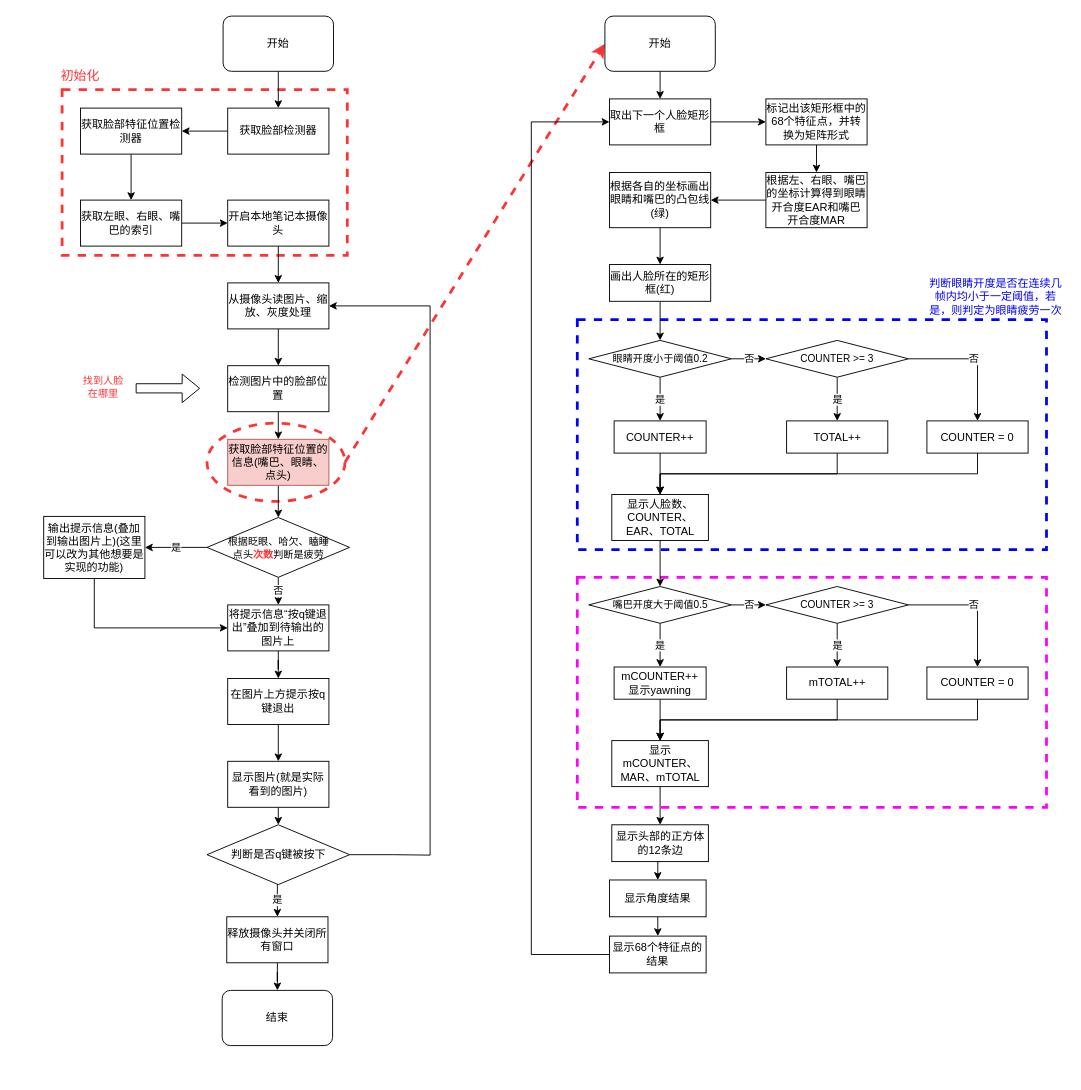
Earlier version of the draw.io diagram Untitled Diagram 2.drawio (18young/18young.github.io). Source tidied: cells renumbered, new cells numbered last; positions are measured from the earlier drawing's top-left corner, leaving out a move shared by most shapes. Both pictures are drawn from the tidied source at 92%, with x=0, y=0 at pixel (43, 16).
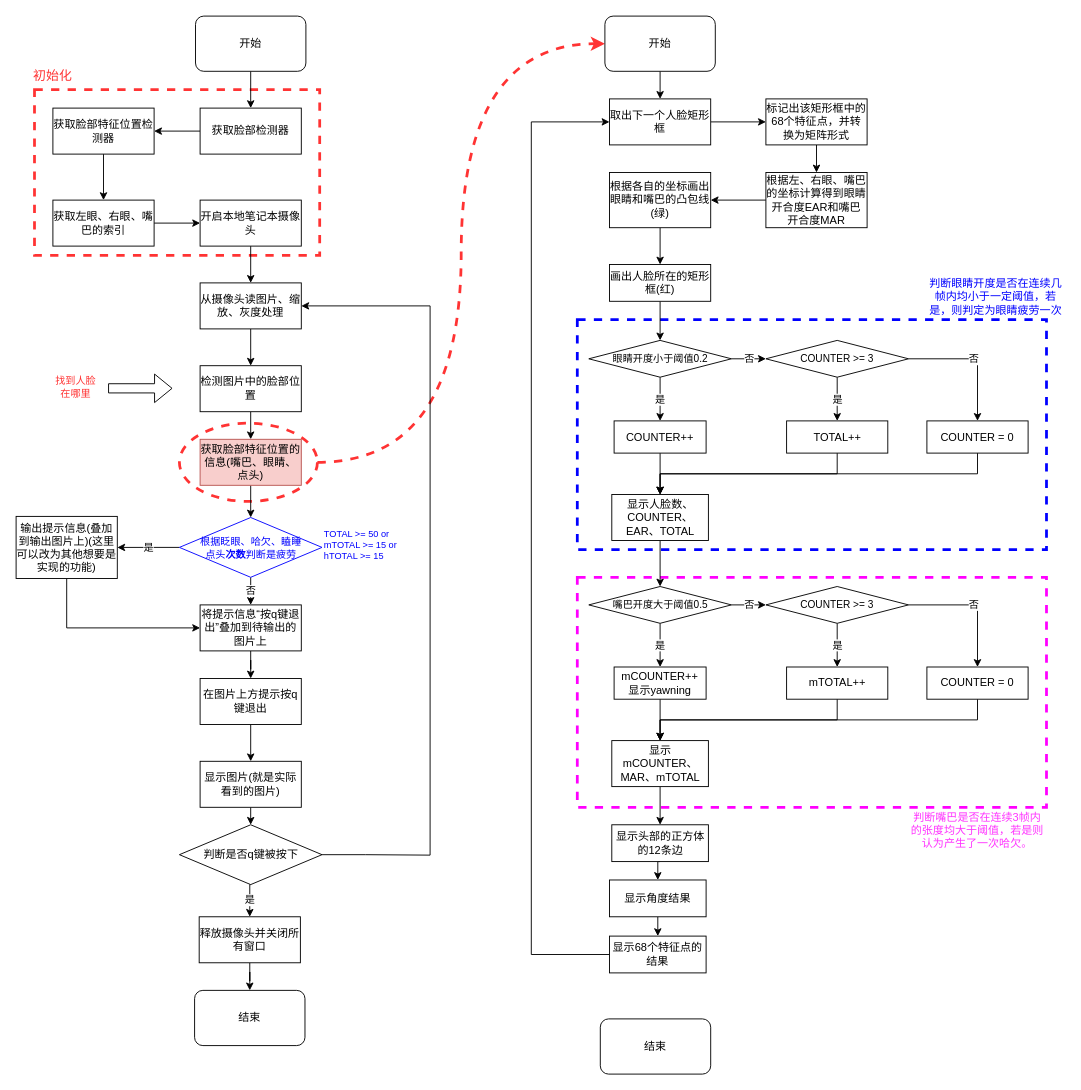
After the change.

The change refers to these unchanged cells:
```xml
<mxCell id="37" value="开始" style="rounded=1;whiteSpace=wrap;html=1;" parent="1" vertex="1">
  <mxGeometry x="610" width="120" height="60" as="geometry" />
</mxCell>
```

Diff of the diagram source:
```diff
@@
     <mxCell id="4" style="rounded=0;whiteSpace=wrap;html=1;dashed=1;fontSize=11;strokeColor=#FF3333;strokeWidth=3;fillColor=none;" parent="1" vertex="1">
-      <mxGeometry x="20" y="80" width="310" height="180" as="geometry" />
+      <mxGeometry x="-10" y="80" width="310" height="180" as="geometry" />
     </mxCell>
     <mxCell id="5" style="ellipse;whiteSpace=wrap;html=1;fontSize=11;dashed=1;strokeColor=#FF3333;fillColor=none;strokeWidth=3;" parent="1" vertex="1">
-      <mxGeometry x="177.5" y="442.5" width="150" height="85" as="geometry" />
+      <mxGeometry x="147.5" y="442.5" width="150" height="85" as="geometry" />
     </mxCell>
@@
     <mxCell id="7" value="获取脸部检测器" style="rounded=0;whiteSpace=wrap;html=1;" parent="1" vertex="1">
-      <mxGeometry x="200" y="100" width="110" height="50" as="geometry" />
+      <mxGeometry x="170" y="100" width="110" height="50" as="geometry" />
     </mxCell>
@@
     <mxCell id="9" value="获取脸部特征位置检测器" style="rounded=0;whiteSpace=wrap;html=1;" parent="1" vertex="1">
-      <mxGeometry x="40" y="100" width="110" height="50" as="geometry" />
+      <mxGeometry x="10" y="100" width="110" height="50" as="geometry" />
     </mxCell>
@@
     <mxCell id="11" value="获取左眼、右眼、嘴巴的索引" style="rounded=0;whiteSpace=wrap;html=1;" parent="1" vertex="1">
-      <mxGeometry x="40" y="200" width="110" height="50" as="geometry" />
+      <mxGeometry x="10" y="200" width="110" height="50" as="geometry" />
     </mxCell>
@@
     <mxCell id="13" value="开启本地笔记本摄像头" style="rounded=0;whiteSpace=wrap;html=1;" parent="1" vertex="1">
-      <mxGeometry x="200" y="200" width="110" height="50" as="geometry" />
+      <mxGeometry x="170" y="200" width="110" height="50" as="geometry" />
     </mxCell>
@@
     <mxCell id="15" value="&lt;div&gt;从摄像头读图片、缩放、灰度处理&lt;/div&gt;" style="rounded=0;whiteSpace=wrap;html=1;" parent="1" vertex="1">
-      <mxGeometry x="200" y="290" width="110" height="50" as="geometry" />
+      <mxGeometry x="170" y="290" width="110" height="50" as="geometry" />
     </mxCell>
@@
     <mxCell id="17" value="检测图片中的脸部位置" style="rounded=0;whiteSpace=wrap;html=1;" parent="1" vertex="1">
-      <mxGeometry x="200" y="380" width="110" height="50" as="geometry" />
+      <mxGeometry x="170" y="380" width="110" height="50" as="geometry" />
     </mxCell>
@@
     <mxCell id="19" value="获取脸部特征位置的信息(嘴巴、眼睛、点头)" style="rounded=0;whiteSpace=wrap;html=1;fillColor=#f8cecc;strokeColor=#b85450;" parent="1" vertex="1">
-      <mxGeometry x="200" y="460" width="110" height="50" as="geometry" />
+      <mxGeometry x="170" y="460" width="110" height="50" as="geometry" />
     </mxCell>
@@
-    <mxCell id="22" value="&lt;div&gt;根据眨眼、哈欠、瞌睡&lt;/div&gt;&lt;div&gt;点头&lt;font color=&quot;#FF3333&quot;&gt;&lt;b&gt;次数&lt;/b&gt;&lt;/font&gt;判断是疲劳&lt;/div&gt;" style="rhombus;whiteSpace=wrap;html=1;fontSize=11;" parent="1" vertex="1">
-      <mxGeometry x="177.5" y="545" width="155" height="65" as="geometry" />
+    <mxCell id="22" value="&lt;div&gt;根据眨眼、哈欠、瞌睡&lt;/div&gt;&lt;div&gt;点头&lt;font&gt;&lt;b&gt;次数&lt;/b&gt;&lt;/font&gt;判断是疲劳&lt;/div&gt;" style="rhombus;whiteSpace=wrap;html=1;fontSize=11;fontColor=#0000FF;strokeColor=#0000FF;" parent="1" vertex="1">
+      <mxGeometry x="147.5" y="545" width="155" height="65" as="geometry" />
     </mxCell>
@@
     <mxCell id="24" value="输出提示信息(叠加到输出图片上)(这里可以改为其他想要是实现的功能)" style="rounded=0;whiteSpace=wrap;html=1;" parent="1" vertex="1">
-      <mxGeometry y="543.8" width="110" height="67.5" as="geometry" />
+      <mxGeometry x="-30" y="543.8" width="110" height="67.5" as="geometry" />
     </mxCell>
@@
     <mxCell id="26" value="将提示信息“按q键退出”叠加到待输出的图片上" style="rounded=0;whiteSpace=wrap;html=1;" parent="1" vertex="1">
-      <mxGeometry x="200" y="640" width="110" height="50" as="geometry" />
+      <mxGeometry x="170" y="640" width="110" height="50" as="geometry" />
     </mxCell>
@@
     <mxCell id="28" value="在图片上方提示按q键退出" style="rounded=0;whiteSpace=wrap;html=1;" parent="1" vertex="1">
-      <mxGeometry x="200" y="720" width="110" height="50" as="geometry" />
+      <mxGeometry x="170" y="720" width="110" height="50" as="geometry" />
     </mxCell>
@@
     <mxCell id="30" value="显示图片(就是实际看到的图片)" style="rounded=0;whiteSpace=wrap;html=1;" parent="1" vertex="1">
-      <mxGeometry x="200" y="810" width="110" height="50" as="geometry" />
+      <mxGeometry x="170" y="810" width="110" height="50" as="geometry" />
     </mxCell>
@@
     <mxCell id="32" value="判断是否q键被按下" style="rhombus;whiteSpace=wrap;html=1;" parent="1" vertex="1">
-      <mxGeometry x="177.5" y="879" width="155" height="65" as="geometry" />
+      <mxGeometry x="147.5" y="879" width="155" height="65" as="geometry" />
     </mxCell>
@@
     <mxCell id="34" value="开始" style="rounded=1;whiteSpace=wrap;html=1;" parent="1" vertex="1">
-      <mxGeometry x="195" width="120" height="60" as="geometry" />
+      <mxGeometry x="165" width="120" height="60" as="geometry" />
     </mxCell>
-    <mxCell id="35" style="endArrow=classic;html=1;fontSize=11;exitX=1;exitY=0.5;exitDx=0;exitDy=0;strokeColor=#FF3333;dashed=1;strokeWidth=3;entryX=0;entryY=0.5;entryDx=0;entryDy=0;" parent="1" edge="1" source="5" target="37">
+    <mxCell id="35" style="endArrow=classic;html=1;fontSize=11;exitX=1;exitY=0.5;exitDx=0;exitDy=0;strokeColor=#FF3333;dashed=1;strokeWidth=3;entryX=0;entryY=0.5;entryDx=0;entryDy=0;edgeStyle=orthogonalEdgeStyle;curved=1;" parent="1" edge="1" source="5" target="37">
       <mxGeometry relative="1" as="geometry" />
     </mxCell>
@@
     <mxCell id="38" style="edgeStyle=orthogonalEdgeStyle;rounded=0;jettySize=auto;html=1;exitX=1;exitY=0.5;exitDx=0;exitDy=0;entryX=1;entryY=0.5;entryDx=0;entryDy=0;fontSize=11;" parent="1" edge="1" source="32" target="15">
       <mxGeometry relative="1" as="geometry">
         <Array as="points">
-          <mxPoint x="380" y="912" />
+          <mxPoint x="350" y="911" />
           <mxPoint x="420" y="912" />
           <mxPoint x="420" y="315" />
         </Array>
       </mxGeometry>
     </mxCell>
     <mxCell id="39" value="结束" style="rounded=1;whiteSpace=wrap;html=1;" parent="1" vertex="1">
-      <mxGeometry x="194" y="1059" width="120" height="60" as="geometry" />
+      <mxGeometry x="164" y="1059" width="120" height="60" as="geometry" />
     </mxCell>
@@
     <mxCell id="41" value="&lt;div&gt;释放摄像头并关闭所有窗口&lt;/div&gt;" style="rounded=0;whiteSpace=wrap;html=1;" parent="1" vertex="1">
-      <mxGeometry x="199" y="979" width="110" height="50" as="geometry" />
+      <mxGeometry x="169" y="979" width="110" height="50" as="geometry" />
     </mxCell>
     <mxCell id="42" value="&lt;font style=&quot;font-size: 14px&quot;&gt;初始化&lt;br&gt;&lt;/font&gt;" style="text;html=1;strokeColor=none;fillColor=none;align=center;verticalAlign=middle;whiteSpace=wrap;rounded=0;dashed=1;fontSize=11;fontColor=#FF3333;" parent="1" vertex="1">
-      <mxGeometry y="50" width="80" height="30" as="geometry" />
+      <mxGeometry x="-30" y="50" width="80" height="30" as="geometry" />
     </mxCell>
     <mxCell id="43" style="shape=flexArrow;endArrow=classic;html=1;fontSize=11;fontColor=#FF3333;strokeColor=#000000;strokeWidth=1;" parent="1" edge="1">
       <mxGeometry relative="1" as="geometry">
-        <mxPoint x="100" y="404.6" as="sourcePoint" />
-        <mxPoint x="170" y="404.6" as="targetPoint" />
+        <mxPoint x="70" y="404.6" as="sourcePoint" />
+        <mxPoint x="140" y="404.6" as="targetPoint" />
       </mxGeometry>
     </mxCell>
     <mxCell id="44" value="找到人脸在哪里" style="text;html=1;strokeColor=none;fillColor=none;align=center;verticalAlign=middle;whiteSpace=wrap;rounded=0;dashed=1;fontSize=11;fontColor=#FF3333;" parent="1" vertex="1">
-      <mxGeometry x="40" y="380" width="50" height="45" as="geometry" />
+      <mxGeometry x="10" y="380" width="50" height="45" as="geometry" />
     </mxCell>
@@
+    <mxCell id="90" value="结束" style="rounded=1;whiteSpace=wrap;html=1;" parent="1" vertex="1">
+      <mxGeometry x="605" y="1090" width="120" height="60" as="geometry" />
+    </mxCell>
+    <mxCell id="91" value="&lt;div style=&quot;font-size: 10px;&quot;&gt;TOTAL &amp;gt;= 50 or &lt;br style=&quot;font-size: 10px;&quot;&gt;&lt;/div&gt;&lt;div style=&quot;font-size: 10px;&quot;&gt;mTOTAL &amp;gt;= 15 or &lt;br style=&quot;font-size: 10px;&quot;&gt;&lt;/div&gt;&lt;div style=&quot;font-size: 10px;&quot;&gt;hTOTAL &amp;gt;= 15&lt;/div&gt;" style="text;whiteSpace=wrap;html=1;fontSize=10;fontColor=#0000FF;" parent="1" vertex="1">
+      <mxGeometry x="302.5" y="551.2" width="120" height="60" as="geometry" />
+    </mxCell>
+    <mxCell id="92" value="判断嘴巴是否在连续3帧内的张度均大于阈值，若是则认为产生了一次哈欠。" style="text;html=1;strokeColor=none;fillColor=none;align=center;verticalAlign=middle;whiteSpace=wrap;rounded=0;dashed=1;fontSize=12;fontColor=#FF33FF;" parent="1" vertex="1">
+      <mxGeometry x="940" y="860" width="150" height="50" as="geometry" />
+    </mxCell>
```
